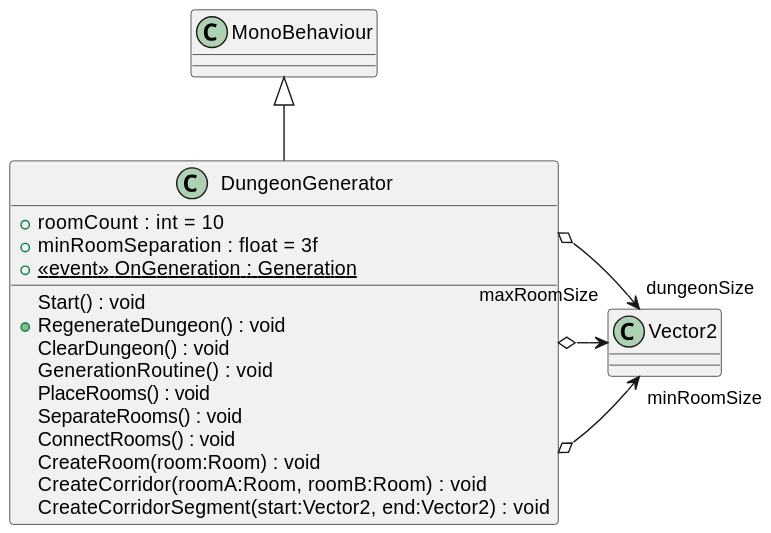
Above: UML/DungeonGeneration/DungeonGenerator.svg in mysteryfungus/DungeonGeneratorUnity (PlantUML), before the change.
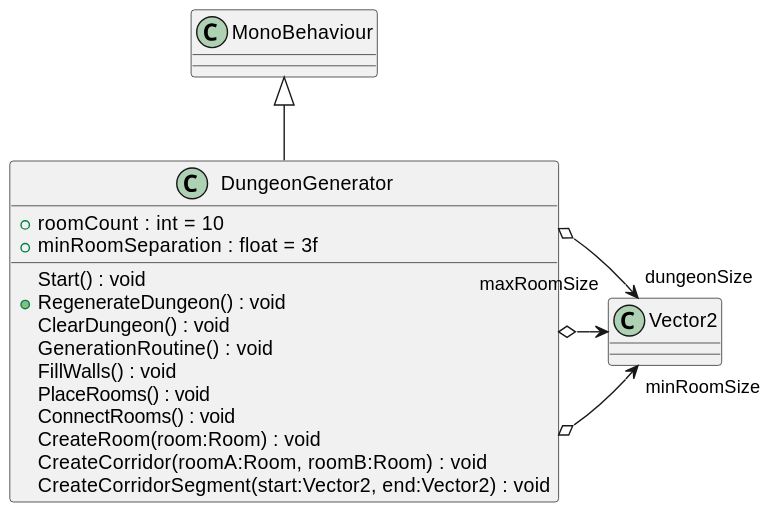
Above is the later version.

Diff of the diagram source:
```diff
@@ -2,13 +2,12 @@
 class DungeonGenerator {
     + roomCount : int = 10
     + minRoomSeparation : float = 3f
-    + {static}  <<event>> OnGeneration : Generation
     Start() : void
     + RegenerateDungeon() : void
     ClearDungeon() : void
     GenerationRoutine() : void
+    FillWalls() : void
     PlaceRooms() : void
-    SeparateRooms() : void
     ConnectRooms() : void
     CreateRoom(room:Room) : void
     CreateCorridor(roomA:Room, roomB:Room) : void
```
